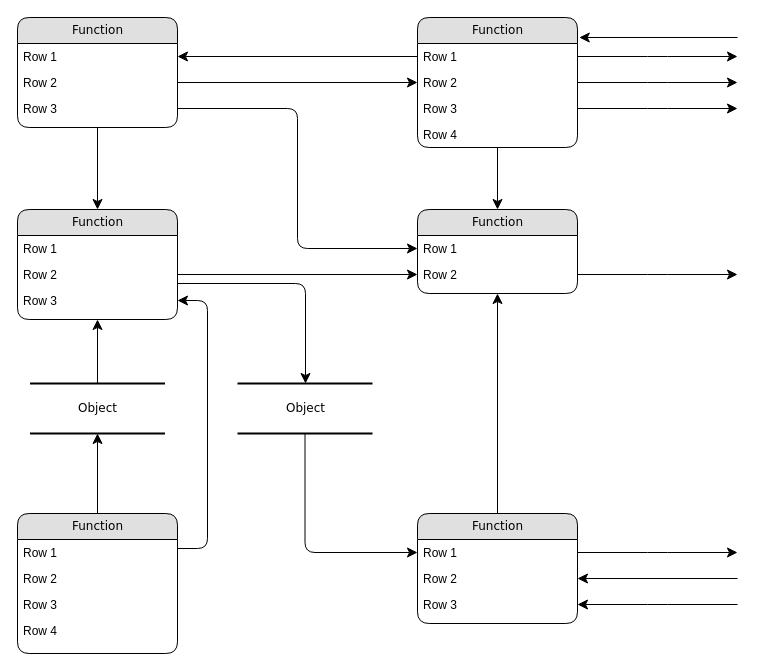
Earlier version of the draw.io diagram bank-for-pros-UML.drawio (jren-jane/bank-for-pros). Source tidied: cells renumbered, new cells numbered last; positions are measured from the earlier drawing's top-left corner, leaving out a move shared by most shapes. Both pictures are drawn from the tidied source at 100%, with x=0, y=0 at pixel (17, 17).
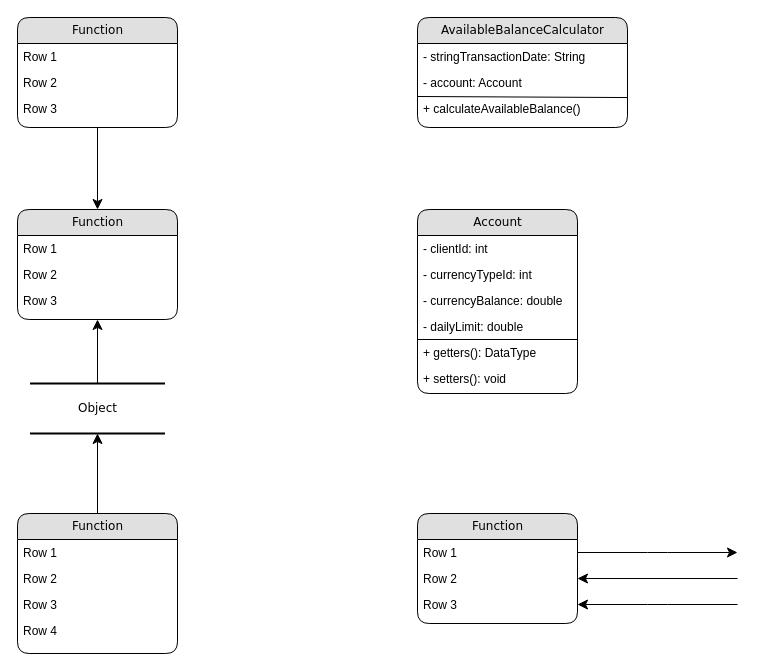
Above is the later version.

The change refers to these unchanged cells:
```xml
<mxCell id="4" value="Row 1" style="text;html=1;strokeColor=none;fillColor=none;spacingLeft=4;spacingRight=4;whiteSpace=wrap;overflow=hidden;points=[[0,0.5],[1,0.5]];portConstraint=eastwest;" parent="3" vertex="1">
  <mxGeometry y="26" width="160" height="26" as="geometry" />
</mxCell>
<mxCell id="5" value="Row 2" style="text;html=1;strokeColor=none;fillColor=none;spacingLeft=4;spacingRight=4;whiteSpace=wrap;overflow=hidden;points=[[0,0.5],[1,0.5]];portConstraint=eastwest;" parent="3" vertex="1">
  <mxGeometry y="52" width="160" height="26" as="geometry" />
</mxCell>
<mxCell id="6" value="Row 3" style="text;html=1;strokeColor=none;fillColor=none;spacingLeft=4;spacingRight=4;whiteSpace=wrap;overflow=hidden;points=[[0,0.5],[1,0.5]];portConstraint=eastwest;" parent="3" vertex="1">
  <mxGeometry y="78" width="160" height="26" as="geometry" />
</mxCell>
<mxCell id="12" value="Function" style="swimlane;html=1;fontStyle=0;horizontal=1;startSize=26;fillColor=#e0e0e0;swimlaneFillColor=#ffffff;align=center;rounded=1;shadow=0;comic=0;labelBackgroundColor=none;strokeWidth=1;fontFamily=Verdana;fontSize=12;" parent="1" vertex="1">
  <mxGeometry y="192" width="160" height="110" as="geometry" />
</mxCell>
<mxCell id="14" value="Row 2" style="text;html=1;strokeColor=none;fillColor=none;spacingLeft=4;spacingRight=4;whiteSpace=wrap;overflow=hidden;points=[[0,0.5],[1,0.5]];portConstraint=eastwest;" parent="12" vertex="1">
  <mxGeometry y="52" width="160" height="26" as="geometry" />
</mxCell>
<mxCell id="15" value="Row 3" style="text;html=1;strokeColor=none;fillColor=none;spacingLeft=4;spacingRight=4;whiteSpace=wrap;overflow=hidden;points=[[0,0.5],[1,0.5]];portConstraint=eastwest;" parent="12" vertex="1">
  <mxGeometry y="78" width="160" height="26" as="geometry" />
</mxCell>
<mxCell id="16" value="Function" style="swimlane;html=1;fontStyle=0;horizontal=1;startSize=26;fillColor=#e0e0e0;swimlaneFillColor=#ffffff;align=center;rounded=1;shadow=0;comic=0;labelBackgroundColor=none;strokeWidth=1;fontFamily=Verdana;fontSize=12;" parent="1" vertex="1">
  <mxGeometry y="496" width="160" height="140" as="geometry" />
</mxCell>
<mxCell id="24" value="Function" style="swimlane;html=1;fontStyle=0;horizontal=1;startSize=26;fillColor=#e0e0e0;swimlaneFillColor=#ffffff;align=center;rounded=1;shadow=0;comic=0;labelBackgroundColor=none;strokeWidth=1;fontFamily=Verdana;fontSize=12;" parent="1" vertex="1">
  <mxGeometry x="400" y="496" width="160" height="110" as="geometry" />
</mxCell>
<mxCell id="25" value="Row 1" style="text;html=1;strokeColor=none;fillColor=none;spacingLeft=4;spacingRight=4;whiteSpace=wrap;overflow=hidden;points=[[0,0.5],[1,0.5]];portConstraint=eastwest;" parent="24" vertex="1">
  <mxGeometry y="26" width="160" height="26" as="geometry" />
</mxCell>
```

The edit, as a diff of the source:
```diff
@@
-    <mxCell id="7" value="Function" style="swimlane;html=1;fontStyle=0;horizontal=1;startSize=26;fillColor=#e0e0e0;swimlaneFillColor=#ffffff;align=center;rounded=1;shadow=0;comic=0;labelBackgroundColor=none;strokeWidth=1;fontFamily=Verdana;fontSize=12;" parent="1" vertex="1">
-      <mxGeometry x="400" width="160" height="130" as="geometry" />
+    <mxCell id="7" value="AvailableBalanceCalculator" style="swimlane;html=1;fontStyle=0;horizontal=1;startSize=26;fillColor=#e0e0e0;swimlaneFillColor=#ffffff;align=center;rounded=1;shadow=0;comic=0;labelBackgroundColor=none;strokeWidth=1;fontFamily=Verdana;fontSize=12;" parent="1" vertex="1">
+      <mxGeometry x="400" width="210" height="110" as="geometry" />
     </mxCell>
-    <mxCell id="8" value="Row 1" style="text;html=1;strokeColor=none;fillColor=none;spacingLeft=4;spacingRight=4;whiteSpace=wrap;overflow=hidden;points=[[0,0.5],[1,0.5]];portConstraint=eastwest;" parent="7" vertex="1">
-      <mxGeometry y="26" width="160" height="26" as="geometry" />
-    </mxCell>
-    <mxCell id="9" value="Row 2" style="text;html=1;strokeColor=none;fillColor=none;spacingLeft=4;spacingRight=4;whiteSpace=wrap;overflow=hidden;points=[[0,0.5],[1,0.5]];portConstraint=eastwest;" parent="7" vertex="1">
-      <mxGeometry y="52" width="160" height="26" as="geometry" />
+    <mxCell id="9" value="- stringTransactionDate: String" style="text;html=1;strokeColor=none;fillColor=none;spacingLeft=4;spacingRight=4;whiteSpace=wrap;overflow=hidden;points=[[0,0.5],[1,0.5]];portConstraint=eastwest;" parent="7" vertex="1">
+      <mxGeometry y="26" width="210" height="26" as="geometry" />
     </mxCell>
-    <mxCell id="10" value="Row 3" style="text;html=1;strokeColor=none;fillColor=none;spacingLeft=4;spacingRight=4;whiteSpace=wrap;overflow=hidden;points=[[0,0.5],[1,0.5]];portConstraint=eastwest;" parent="7" vertex="1">
-      <mxGeometry y="78" width="160" height="26" as="geometry" />
+    <mxCell id="10" value="- account: Account" style="text;html=1;strokeColor=none;fillColor=none;spacingLeft=4;spacingRight=4;whiteSpace=wrap;overflow=hidden;points=[[0,0.5],[1,0.5]];portConstraint=eastwest;" parent="7" vertex="1">
+      <mxGeometry y="52" width="210" height="26" as="geometry" />
     </mxCell>
-    <mxCell id="11" value="Row 4" style="text;html=1;strokeColor=none;fillColor=none;spacingLeft=4;spacingRight=4;whiteSpace=wrap;overflow=hidden;points=[[0,0.5],[1,0.5]];portConstraint=eastwest;" parent="7" vertex="1">
-      <mxGeometry y="104" width="160" height="26" as="geometry" />
+    <mxCell id="11" value="+ calculateAvailableBalance()" style="text;html=1;strokeColor=none;fillColor=none;spacingLeft=4;spacingRight=4;whiteSpace=wrap;overflow=hidden;points=[[0,0.5],[1,0.5]];portConstraint=eastwest;" parent="7" vertex="1">
+      <mxGeometry y="78" width="210" height="32" as="geometry" />
     </mxCell>
+    <mxCell id="49" style="endArrow=none;html=1;entryX=1;entryY=0.064;entryDx=0;entryDy=0;entryPerimeter=0;" parent="7" edge="1" target="11">
+      <mxGeometry relative="1" as="geometry">
+        <mxPoint y="79" as="sourcePoint" />
+      </mxGeometry>
+    </mxCell>
@@
-    <mxCell id="21" value="Function" style="swimlane;html=1;fontStyle=0;horizontal=1;startSize=26;fillColor=#e0e0e0;swimlaneFillColor=#ffffff;align=center;rounded=1;shadow=0;comic=0;labelBackgroundColor=none;strokeWidth=1;fontFamily=Verdana;fontSize=12;" parent="1" vertex="1">
-      <mxGeometry x="400" y="192" width="160" height="84" as="geometry" />
+    <mxCell id="21" value="Account" style="swimlane;html=1;fontStyle=0;horizontal=1;startSize=26;fillColor=#e0e0e0;swimlaneFillColor=#ffffff;align=center;rounded=1;shadow=0;comic=0;labelBackgroundColor=none;strokeWidth=1;fontFamily=Verdana;fontSize=12;" parent="1" vertex="1">
+      <mxGeometry x="400" y="192" width="160" height="184" as="geometry" />
     </mxCell>
-    <mxCell id="22" value="Row 1" style="text;html=1;strokeColor=none;fillColor=none;spacingLeft=4;spacingRight=4;whiteSpace=wrap;overflow=hidden;points=[[0,0.5],[1,0.5]];portConstraint=eastwest;" parent="21" vertex="1">
+    <mxCell id="22" value="- clientId: int" style="text;html=1;strokeColor=none;fillColor=none;spacingLeft=4;spacingRight=4;whiteSpace=wrap;overflow=hidden;points=[[0,0.5],[1,0.5]];portConstraint=eastwest;" parent="21" vertex="1">
       <mxGeometry y="26" width="160" height="26" as="geometry" />
     </mxCell>
-    <mxCell id="23" value="Row 2" style="text;html=1;strokeColor=none;fillColor=none;spacingLeft=4;spacingRight=4;whiteSpace=wrap;overflow=hidden;points=[[0,0.5],[1,0.5]];portConstraint=eastwest;" parent="21" vertex="1">
+    <mxCell id="23" value="- currencyTypeId: int" style="text;html=1;strokeColor=none;fillColor=none;spacingLeft=4;spacingRight=4;whiteSpace=wrap;overflow=hidden;points=[[0,0.5],[1,0.5]];portConstraint=eastwest;" parent="21" vertex="1">
       <mxGeometry y="52" width="160" height="26" as="geometry" />
     </mxCell>
+    <mxCell id="50" value="- currencyBalance: double" style="text;html=1;strokeColor=none;fillColor=none;spacingLeft=4;spacingRight=4;whiteSpace=wrap;overflow=hidden;" parent="21" vertex="1">
+      <mxGeometry y="78" width="160" height="26" as="geometry" />
+    </mxCell>
+    <mxCell id="51" value="- dailyLimit: double" style="text;html=1;strokeColor=none;fillColor=none;spacingLeft=4;spacingRight=4;whiteSpace=wrap;overflow=hidden;" parent="21" vertex="1">
+      <mxGeometry y="104" width="160" height="26" as="geometry" />
+    </mxCell>
+    <mxCell id="52" style="endArrow=none;html=1;" parent="21" edge="1">
+      <mxGeometry relative="1" as="geometry">
+        <mxPoint y="130" as="sourcePoint" />
+        <mxPoint x="160" y="130" as="targetPoint" />
+      </mxGeometry>
+    </mxCell>
+    <mxCell id="53" value="+ getters(): DataType" style="text;html=1;strokeColor=none;fillColor=none;spacingLeft=4;spacingRight=4;whiteSpace=wrap;overflow=hidden;" parent="21" vertex="1">
+      <mxGeometry y="130" width="160" height="26" as="geometry" />
+    </mxCell>
+    <mxCell id="54" value="+ setters(): void" style="text;html=1;strokeColor=none;fillColor=none;spacingLeft=4;spacingRight=4;whiteSpace=wrap;overflow=hidden;" parent="21" vertex="1">
+      <mxGeometry y="156" width="160" height="26" as="geometry" />
+    </mxCell>
@@
-    <mxCell id="28" value="Object" style="html=1;rounded=0;shadow=0;comic=0;labelBackgroundColor=none;strokeWidth=2;fontFamily=Verdana;fontSize=12;align=center;shape=mxgraph.ios7ui.horLines;" parent="1" vertex="1">
-      <mxGeometry x="220" y="366" width="135" height="50" as="geometry" />
-    </mxCell>
@@
-    <mxCell id="31" style="edgeStyle=orthogonalEdgeStyle;html=1;labelBackgroundColor=none;startFill=0;startSize=8;endFill=1;endSize=8;fontFamily=Verdana;fontSize=12;exitX=1;exitY=0.25;entryX=1;entryY=0.5;" parent="1" edge="1" source="16" target="15">
-      <mxGeometry relative="1" as="geometry">
-        <Array as="points">
-          <mxPoint x="190" y="531" />
-          <mxPoint x="190" y="283" />
-        </Array>
-      </mxGeometry>
-    </mxCell>
-    <mxCell id="32" style="edgeStyle=orthogonalEdgeStyle;html=1;labelBackgroundColor=none;startFill=0;startSize=8;endFill=1;endSize=8;fontFamily=Verdana;fontSize=12;" parent="1" edge="1" source="28" target="25">
-      <mxGeometry x="-0.13" y="32" relative="1" as="geometry" />
-    </mxCell>
-    <mxCell id="33" style="edgeStyle=orthogonalEdgeStyle;html=1;labelBackgroundColor=none;startFill=0;startSize=8;endFill=1;endSize=8;fontFamily=Verdana;fontSize=12;" parent="1" edge="1" source="12" target="28">
-      <mxGeometry relative="1" as="geometry">
-        <Array as="points">
-          <mxPoint x="288" y="266" />
-        </Array>
-      </mxGeometry>
-    </mxCell>
@@
-    <mxCell id="35" style="edgeStyle=orthogonalEdgeStyle;html=1;labelBackgroundColor=none;startFill=0;startSize=8;endFill=1;endSize=8;fontFamily=Verdana;fontSize=12;" parent="1" edge="1" source="24" target="21">
-      <mxGeometry relative="1" as="geometry" />
-    </mxCell>
-    <mxCell id="36" style="edgeStyle=orthogonalEdgeStyle;html=1;labelBackgroundColor=none;startFill=0;startSize=8;endFill=1;endSize=8;fontFamily=Verdana;fontSize=12;" parent="1" edge="1" source="7" target="21">
-      <mxGeometry relative="1" as="geometry" />
-    </mxCell>
-    <mxCell id="37" style="edgeStyle=orthogonalEdgeStyle;html=1;entryX=0;entryY=0.5;labelBackgroundColor=none;startFill=0;startSize=8;endFill=1;endSize=8;fontFamily=Verdana;fontSize=12;exitX=1;exitY=0.5;" parent="1" edge="1" source="5" target="9">
-      <mxGeometry relative="1" as="geometry" />
-    </mxCell>
-    <mxCell id="38" style="edgeStyle=orthogonalEdgeStyle;html=1;exitX=0;exitY=0.5;entryX=1;entryY=0.5;labelBackgroundColor=none;startFill=0;startSize=8;endFill=1;endSize=8;fontFamily=Verdana;fontSize=12;" parent="1" edge="1" source="8" target="4">
-      <mxGeometry relative="1" as="geometry" />
-    </mxCell>
-    <mxCell id="39" style="edgeStyle=orthogonalEdgeStyle;html=1;exitX=1;exitY=0.5;entryX=0;entryY=0.5;labelBackgroundColor=none;startFill=0;startSize=8;endFill=1;endSize=8;fontFamily=Verdana;fontSize=12;" parent="1" edge="1" source="6" target="22">
-      <mxGeometry relative="1" as="geometry" />
-    </mxCell>
-    <mxCell id="40" style="edgeStyle=orthogonalEdgeStyle;html=1;exitX=1;exitY=0.5;entryX=0;entryY=0.5;labelBackgroundColor=none;startFill=0;startSize=8;endFill=1;endSize=8;fontFamily=Verdana;fontSize=12;" parent="1" edge="1" source="14" target="23">
-      <mxGeometry relative="1" as="geometry" />
-    </mxCell>
-    <mxCell id="41" style="edgeStyle=orthogonalEdgeStyle;html=1;labelBackgroundColor=none;startFill=0;startSize=8;endFill=1;endSize=8;fontFamily=Verdana;fontSize=12;" parent="1" edge="1" source="23">
-      <mxGeometry relative="1" as="geometry">
-        <mxPoint x="720" y="257" as="targetPoint" />
-      </mxGeometry>
-    </mxCell>
@@
-    <mxCell id="45" style="edgeStyle=orthogonalEdgeStyle;html=1;exitX=1;exitY=0.5;labelBackgroundColor=none;startFill=0;startSize=8;endFill=1;endSize=8;fontFamily=Verdana;fontSize=12;" parent="1" edge="1" source="8">
-      <mxGeometry relative="1" as="geometry">
-        <mxPoint x="720" y="39" as="targetPoint" />
-      </mxGeometry>
-    </mxCell>
-    <mxCell id="46" style="edgeStyle=orthogonalEdgeStyle;html=1;exitX=1;exitY=0.5;labelBackgroundColor=none;startFill=0;startSize=8;endFill=1;endSize=8;fontFamily=Verdana;fontSize=12;" parent="1" edge="1" source="9">
-      <mxGeometry relative="1" as="geometry">
-        <mxPoint x="720" y="65" as="targetPoint" />
-      </mxGeometry>
-    </mxCell>
-    <mxCell id="47" style="edgeStyle=orthogonalEdgeStyle;html=1;exitX=1;exitY=0.5;labelBackgroundColor=none;startFill=0;startSize=8;endFill=1;endSize=8;fontFamily=Verdana;fontSize=12;" parent="1" edge="1" source="10">
-      <mxGeometry relative="1" as="geometry">
-        <mxPoint x="720" y="91" as="targetPoint" />
-      </mxGeometry>
-    </mxCell>
-    <mxCell id="48" style="edgeStyle=elbowEdgeStyle;html=1;labelBackgroundColor=none;startFill=0;startSize=8;endFill=1;endSize=8;fontFamily=Verdana;fontSize=12;elbow=vertical;entryX=1.011;entryY=0.152;entryPerimeter=0;" parent="1" edge="1" target="7">
-      <mxGeometry relative="1" as="geometry">
-        <mxPoint x="720" y="20" as="sourcePoint" />
-        <Array as="points">
-          <mxPoint x="650" y="20" />
-        </Array>
-      </mxGeometry>
-    </mxCell>
```
